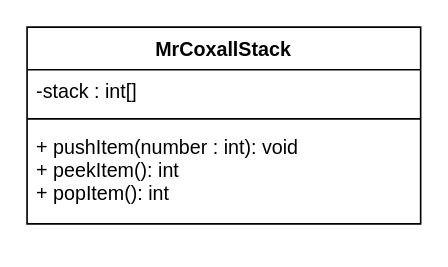
The draw.io diagram Design/Unit2-MrCoxallStackClass.drawio in dbcalitis/ics4u-unit2-04-typescript, before the edit. Source tidied: cells renumbered, new cells numbered last; positions are measured from the earlier drawing's top-left corner, leaving out a move shared by most shapes. Both pictures are drawn from the tidied source at 164%, with x=0, y=0 at pixel (26, 26).
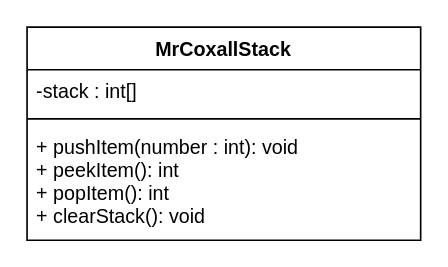
After the change.

Diff of the diagram source:
```diff
@@
 <mxGraphModel>
   <root>
     <mxCell id="0" />
     <mxCell id="1" parent="0" />
     <mxCell id="2" value="MrCoxallStack" style="swimlane;fontStyle=1;align=center;verticalAlign=top;horizontal=1;startSize=26;" parent="1" vertex="1">
-      <mxGeometry width="240" height="120" as="geometry" />
+      <mxGeometry width="240" height="130" as="geometry" />
     </mxCell>
     <mxCell id="3" value="-stack : int[]" style="text;strokeColor=none;fillColor=none;align=left;verticalAlign=top;spacingLeft=4;spacingRight=4;overflow=hidden;" parent="2" vertex="1">
       <mxGeometry y="26" width="240" height="26" as="geometry" />
     </mxCell>
     <mxCell id="4" style="line;strokeWidth=1;fillColor=none;align=left;verticalAlign=middle;spacingTop=-1;spacingLeft=3;spacingRight=3;labelPosition=right;" parent="2" vertex="1">
       <mxGeometry y="52" width="240" height="8" as="geometry" />
     </mxCell>
-    <mxCell id="5" value="+ pushItem(number : int): void&#10;+ peekItem(): int&#10;+ popItem(): int" style="text;strokeColor=none;fillColor=none;align=left;verticalAlign=top;spacingLeft=4;spacingRight=4;overflow=hidden;" parent="2" vertex="1">
-      <mxGeometry y="60" width="240" height="60" as="geometry" />
+    <mxCell id="5" value="+ pushItem(number : int): void&#10;+ peekItem(): int&#10;+ popItem(): int&#10;+ clearStack(): void" style="text;strokeColor=none;fillColor=none;align=left;verticalAlign=top;spacingLeft=4;spacingRight=4;overflow=hidden;" parent="2" vertex="1">
+      <mxGeometry y="60" width="240" height="70" as="geometry" />
     </mxCell>
   </root>
 </mxGraphModel>
```
